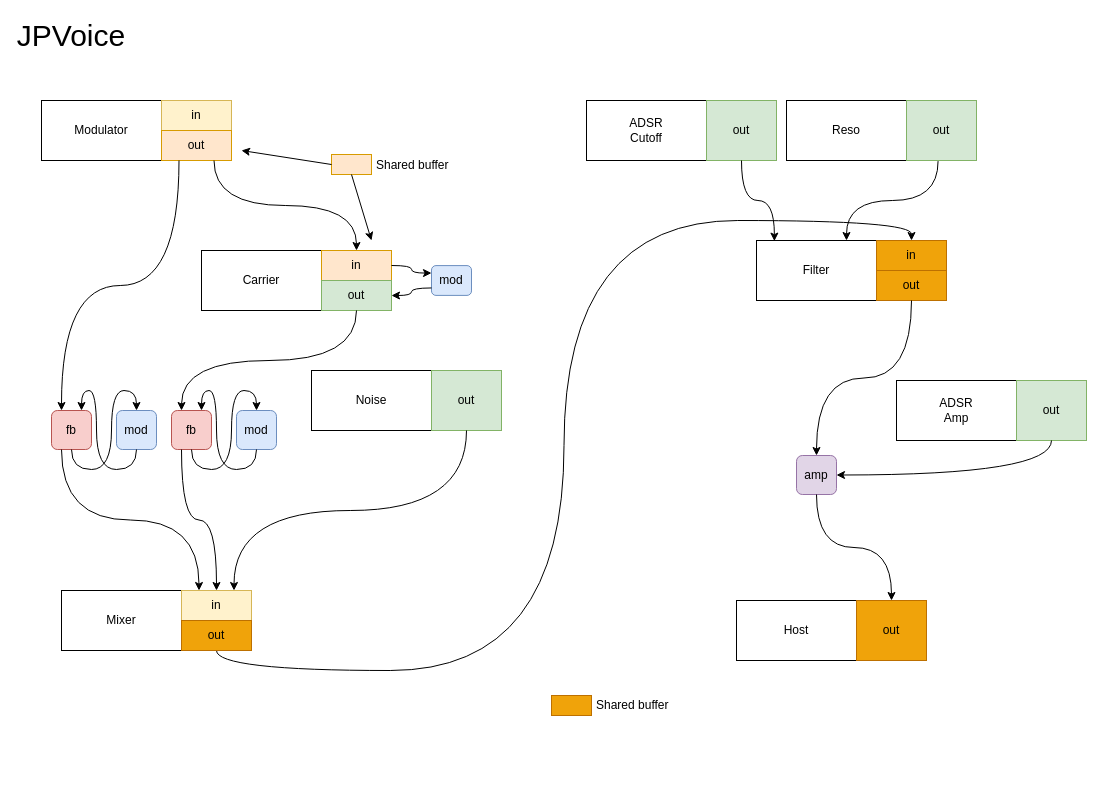
Earlier version of the draw.io diagram src/jpvoice/scheme.drawio (attackallmonsters/audiokern). Source tidied: cells renumbered, new cells numbered last; positions are measured from the earlier drawing's top-left corner, leaving out a move shared by most shapes. Both pictures are drawn from the tidied source at 100%, with x=0, y=0 at pixel (41, 20).
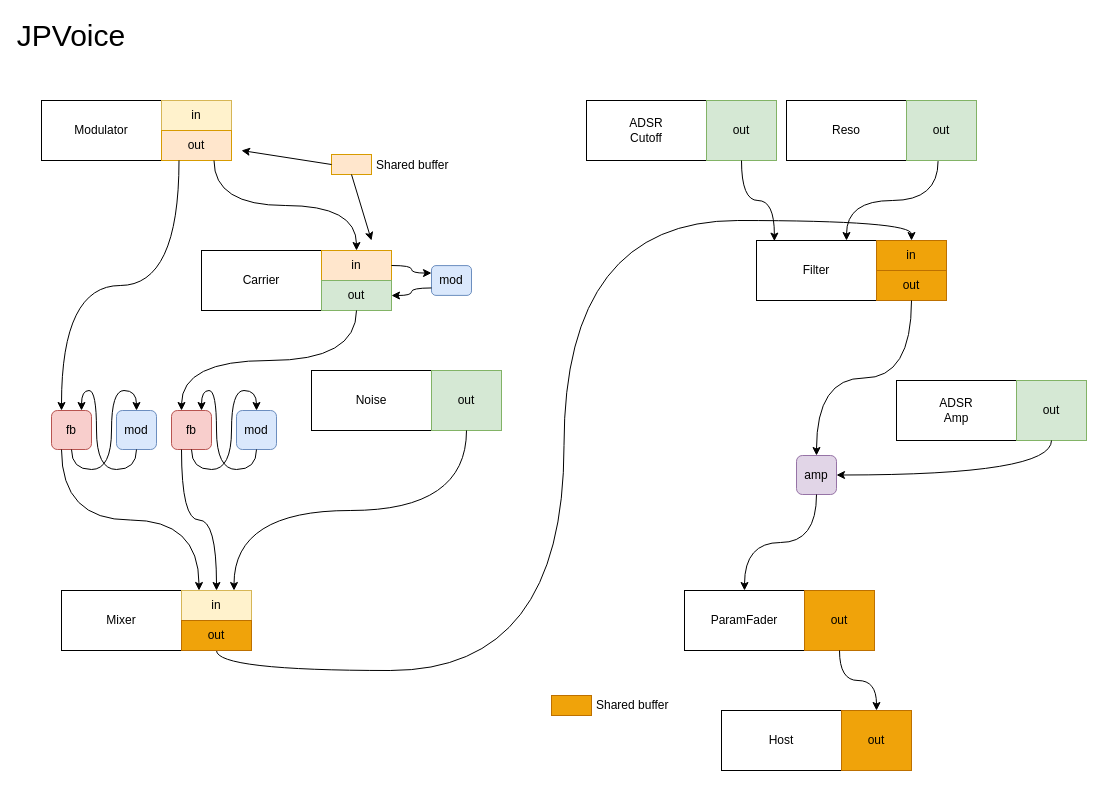
Above is the later version.

The change refers to these unchanged cells:
```xml
<mxCell id="43" value="amp" style="rounded=1;whiteSpace=wrap;html=1;fillColor=#e1d5e7;strokeColor=#9673a6;" parent="1" vertex="1">
  <mxGeometry x="755" y="435" width="40" height="39" as="geometry" />
</mxCell>
<mxCell id="48" value="out" style="rounded=0;whiteSpace=wrap;html=1;fillColor=#f0a30a;strokeColor=#BD7000;fontColor=#000000;" parent="46" vertex="1">
  <mxGeometry x="120" width="70" height="60" as="geometry" />
</mxCell>
```

The edit, as a diff of the source:
```diff
@@
     <mxCell id="46" style="group;" parent="1" vertex="1">
-      <mxGeometry x="695" y="580" width="190" height="60" as="geometry" />
+      <mxGeometry x="680" y="690" width="190" height="60" as="geometry" />
     </mxCell>
@@
-    <mxCell id="49" style="edgeStyle=orthogonalEdgeStyle;rounded=0;jettySize=auto;html=1;curved=1;exitX=0.5;exitY=1;exitDx=0;exitDy=0;" parent="1" edge="1" source="43" target="48">
+    <mxCell id="49" style="edgeStyle=orthogonalEdgeStyle;rounded=0;jettySize=auto;html=1;curved=1;exitX=0.5;exitY=1;exitDx=0;exitDy=0;entryX=0.5;entryY=0;entryDx=0;entryDy=0;" parent="1" edge="1" source="43" target="65">
       <mxGeometry relative="1" as="geometry" />
     </mxCell>
@@
+    <mxCell id="64" style="group;" parent="1" vertex="1">
+      <mxGeometry x="643" y="570" width="190" height="60" as="geometry" />
+    </mxCell>
+    <mxCell id="65" value="ParamFader" style="rounded=0;whiteSpace=wrap;html=1;" parent="64" vertex="1">
+      <mxGeometry width="120" height="60" as="geometry" />
+    </mxCell>
+    <mxCell id="66" value="out" style="rounded=0;whiteSpace=wrap;html=1;fillColor=#f0a30a;strokeColor=#BD7000;fontColor=#000000;" parent="64" vertex="1">
+      <mxGeometry x="120" width="70" height="60" as="geometry" />
+    </mxCell>
+    <mxCell id="67" style="edgeStyle=orthogonalEdgeStyle;rounded=0;jettySize=auto;html=1;curved=1;exitX=0.5;exitY=1;exitDx=0;exitDy=0;entryX=0.5;entryY=0;entryDx=0;entryDy=0;" parent="1" edge="1" source="66" target="48">
+      <mxGeometry relative="1" as="geometry" />
+    </mxCell>
```
